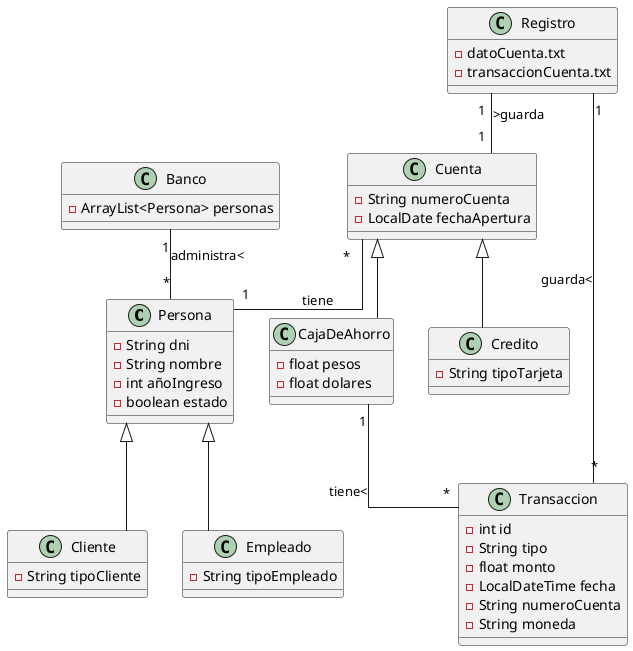
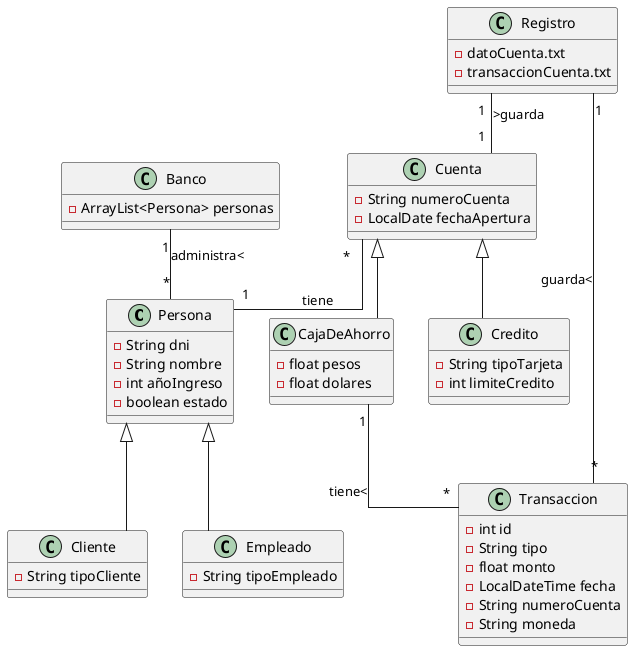
@startuml banco
skinparam linetype ortho

class Persona {
    -String dni
    -String nombre
    -int añoIngreso
    -boolean estado
}

class Cliente {
    -String tipoCliente

}

class Empleado {
    -String tipoEmpleado
}

class Cuenta {
    -String numeroCuenta
    -LocalDate fechaApertura
}

class CajaDeAhorro {
    -float pesos
    -float dolares
}

class Credito {
    -String tipoTarjeta
+     -int limiteCredito
}

class Transaccion {
    -int id
    -String tipo
    -float monto
    -LocalDateTime fecha
    -String numeroCuenta
    -String moneda
}

class Registro {
    -datoCuenta.txt
    -transaccionCuenta.txt
}

class Banco {
    -ArrayList<Persona> personas
}

' Relaciones de herencia
Persona <|-- Cliente
Persona <|-- Empleado
Cuenta <|-- CajaDeAhorro
Cuenta <|-- Credito

' Relaciones de asociación
Cuenta "*" -- "1" Persona : tiene
CajaDeAhorro "1  " -- "*" Transaccion : tiene<
Registro "1" -- "*" Transaccion : guarda<
Banco "1" -- "*" Persona : administra<
Registro "1" -- "1    " Cuenta : >guarda

@enduml